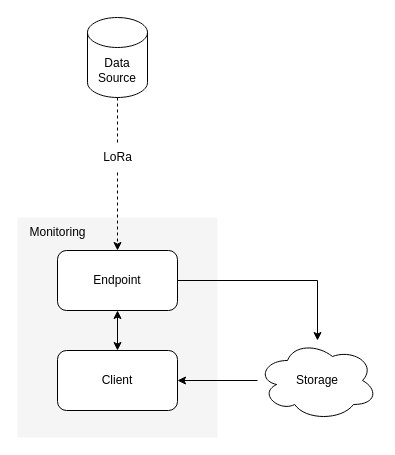
Above: Untitled Diagram.drawio in kdeoliveira/capstone_iot_monitoring (draw.io), before the change. Source tidied: cells renumbered, new cells numbered last; positions are measured from the earlier drawing's top-left corner, leaving out a move shared by most shapes. Both pictures are drawn from the tidied source at 100%, with x=0, y=0 at pixel (17, 17).
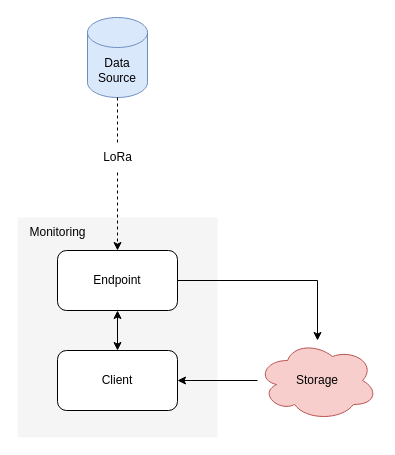
After the change.

Diff of the diagram source:
```diff
@@
 <mxGraphModel>
   <root>
     <mxCell id="0" />
     <mxCell id="1" parent="0" />
     <mxCell id="2" style="rounded=0;whiteSpace=wrap;html=1;fillColor=#f5f5f5;fontColor=#333333;strokeColor=none;" parent="1" vertex="1">
       <mxGeometry y="200" width="200" height="220" as="geometry" />
     </mxCell>
     <mxCell id="3" style="edgeStyle=orthogonalEdgeStyle;rounded=0;jettySize=auto;html=1;" parent="1" edge="1" source="4" target="10">
       <mxGeometry relative="1" as="geometry" />
     </mxCell>
     <mxCell id="4" value="Endpoint" style="rounded=1;whiteSpace=wrap;html=1;" parent="1" vertex="1">
       <mxGeometry x="40" y="233" width="120" height="60" as="geometry" />
     </mxCell>
     <mxCell id="5" style="edgeStyle=orthogonalEdgeStyle;rounded=0;jettySize=auto;html=1;startArrow=classic;startFill=1;" parent="1" edge="1" source="6" target="4">
       <mxGeometry relative="1" as="geometry" />
     </mxCell>
     <mxCell id="6" value="Client" style="rounded=1;whiteSpace=wrap;html=1;" parent="1" vertex="1">
       <mxGeometry x="40" y="333" width="120" height="60" as="geometry" />
     </mxCell>
     <mxCell id="7" style="edgeStyle=orthogonalEdgeStyle;rounded=0;jettySize=auto;html=1;entryX=0.5;entryY=0;entryDx=0;entryDy=0;dashed=1;startArrow=none;" parent="1" edge="1" source="11" target="4">
       <mxGeometry relative="1" as="geometry" />
     </mxCell>
-    <mxCell id="8" value="Data Source" style="shape=cylinder3;whiteSpace=wrap;html=1;boundedLbl=1;backgroundOutline=1;size=15;" parent="1" vertex="1">
+    <mxCell id="8" value="Data Source" style="shape=cylinder3;whiteSpace=wrap;html=1;boundedLbl=1;backgroundOutline=1;size=15;fillColor=#dae8fc;strokeColor=#6c8ebf;" parent="1" vertex="1">
       <mxGeometry x="70" width="60" height="80" as="geometry" />
     </mxCell>
     <mxCell id="9" style="edgeStyle=orthogonalEdgeStyle;rounded=0;jettySize=auto;html=1;entryX=1;entryY=0.5;entryDx=0;entryDy=0;" parent="1" edge="1" source="10" target="6">
       <mxGeometry relative="1" as="geometry" />
     </mxCell>
-    <mxCell id="10" value="Storage" style="ellipse;shape=cloud;whiteSpace=wrap;html=1;" parent="1" vertex="1">
+    <mxCell id="10" value="Storage" style="ellipse;shape=cloud;whiteSpace=wrap;html=1;fillColor=#f8cecc;strokeColor=#b85450;" parent="1" vertex="1">
       <mxGeometry x="240" y="323" width="120" height="80" as="geometry" />
     </mxCell>
     <mxCell id="11" value="LoRa" style="text;html=1;align=center;verticalAlign=middle;points=[];strokeColor=none;fillColor=none;" parent="1" vertex="1">
       <mxGeometry x="75" y="125" width="50" height="30" as="geometry" />
     </mxCell>
     <mxCell id="12" style="edgeStyle=orthogonalEdgeStyle;rounded=0;jettySize=auto;html=1;entryX=0.5;entryY=0;entryDx=0;entryDy=0;dashed=1;endArrow=none;" parent="1" edge="1" source="8" target="11">
       <mxGeometry relative="1" as="geometry" />
     </mxCell>
     <mxCell id="13" value="Monitoring" style="text;html=1;align=center;verticalAlign=middle;strokeColor=none;fillColor=none;" parent="1" vertex="1">
       <mxGeometry y="200" width="80" height="30" as="geometry" />
     </mxCell>
   </root>
 </mxGraphModel>
```
